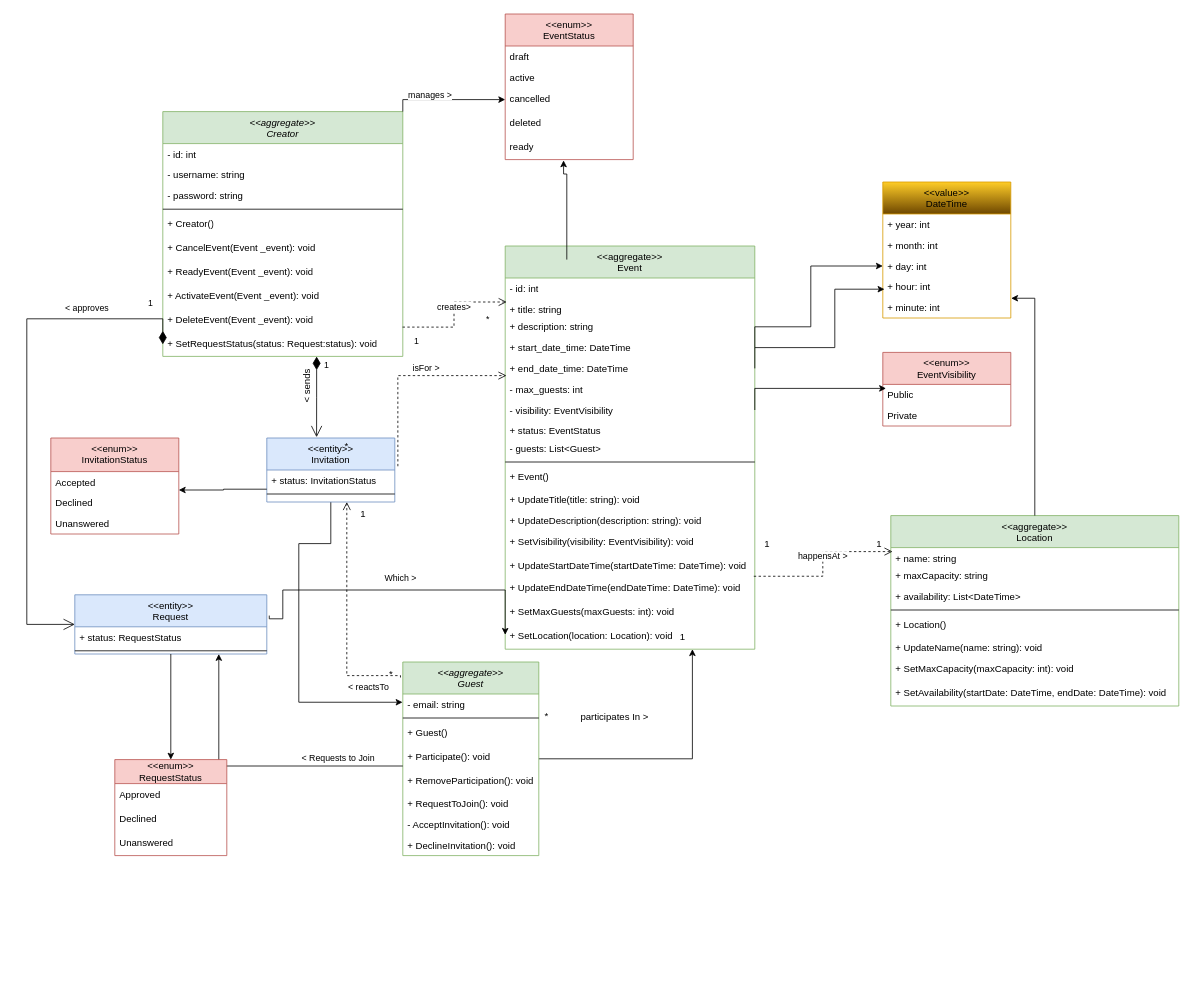
YoUnGi102/NBNP-DCA keeps this draw.io diagram as VIAEventAssociation/Documentation/Assignment2/concrete-domain-model.drawio. Above is the earlier version. Source tidied: cells renumbered, new cells numbered last; positions are measured from the earlier drawing's top-left corner, leaving out a move shared by most shapes. Both pictures are drawn from the tidied source at 80%, with x=0, y=0 at pixel (26, 14).
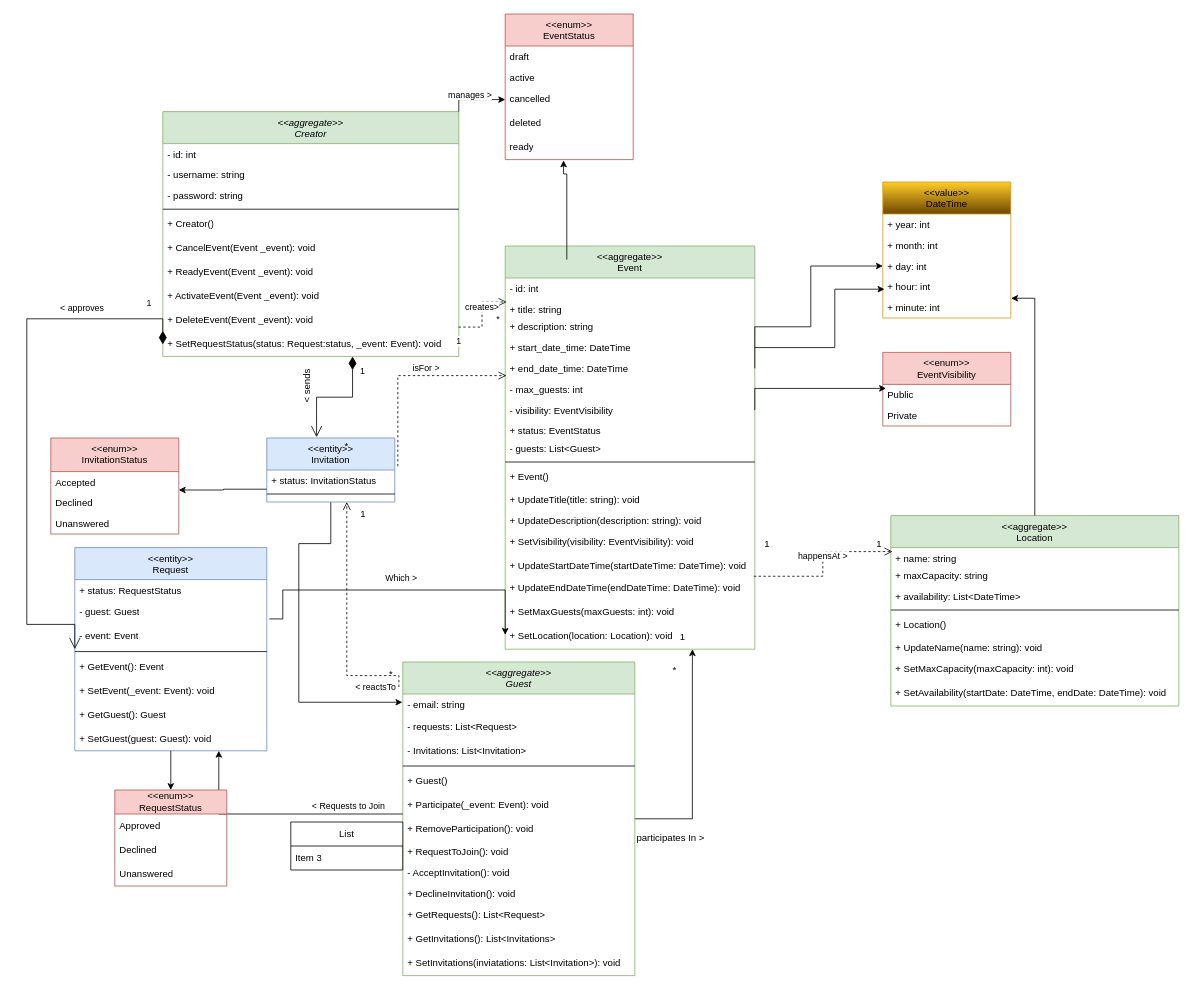
After the change.

Commit message (it also covers changes not shown here):
Tests for Guest.cs and updated domain model

Diff of the diagram source:
```diff
@@
     <mxCell id="2" value="&lt;&lt;aggregate&gt;&gt;&#10;Creator" style="swimlane;fontStyle=2;align=center;verticalAlign=top;horizontal=1;startSize=40;rounded=0;shadow=0;strokeWidth=1;fillColor=#d5e8d4;strokeColor=#82b366;" parent="1" vertex="1">
-      <mxGeometry x="170" y="122" width="300" height="306" as="geometry" />
+      <mxGeometry x="170" y="122" width="370" height="306" as="geometry" />
     </mxCell>
     <mxCell id="3" value="- id: int" style="text;strokeColor=none;fillColor=none;align=left;verticalAlign=top;spacingLeft=4;spacingRight=4;overflow=hidden;whiteSpace=wrap;html=1;" parent="2" vertex="1">
-      <mxGeometry y="40" width="300" height="26" as="geometry" />
+      <mxGeometry y="40" width="370" height="26" as="geometry" />
     </mxCell>
     <mxCell id="4" value="- username: string" style="text;strokeColor=none;fillColor=none;align=left;verticalAlign=top;spacingLeft=4;spacingRight=4;overflow=hidden;whiteSpace=wrap;html=1;" parent="2" vertex="1">
-      <mxGeometry y="66" width="300" height="26" as="geometry" />
+      <mxGeometry y="66" width="370" height="26" as="geometry" />
     </mxCell>
     <mxCell id="5" value="- password: string" style="text;strokeColor=none;fillColor=none;align=left;verticalAlign=top;spacingLeft=4;spacingRight=4;overflow=hidden;whiteSpace=wrap;html=1;" parent="2" vertex="1">
-      <mxGeometry y="92" width="300" height="26" as="geometry" />
+      <mxGeometry y="92" width="370" height="26" as="geometry" />
     </mxCell>
     <mxCell id="6" style="line;html=1;strokeWidth=1;align=left;verticalAlign=middle;spacingTop=-1;spacingLeft=3;spacingRight=3;labelPosition=right;" parent="2" vertex="1">
-      <mxGeometry y="118" width="300" height="8" as="geometry" />
+      <mxGeometry y="118" width="370" height="8" as="geometry" />
     </mxCell>
     <mxCell id="7" value="+ Creator()" style="text;strokeColor=none;fillColor=none;align=left;verticalAlign=middle;spacingLeft=4;spacingRight=4;overflow=hidden;whiteSpace=wrap;html=1;" parent="2" vertex="1">
-      <mxGeometry y="126" width="300" height="30" as="geometry" />
+      <mxGeometry y="126" width="370" height="30" as="geometry" />
     </mxCell>
     <mxCell id="8" value="+ CancelEvent(Event _event): void" style="text;strokeColor=none;fillColor=none;align=left;verticalAlign=middle;spacingLeft=4;spacingRight=4;overflow=hidden;whiteSpace=wrap;html=1;" parent="2" vertex="1">
-      <mxGeometry y="156" width="300" height="30" as="geometry" />
+      <mxGeometry y="156" width="370" height="30" as="geometry" />
     </mxCell>
     <mxCell id="9" value="+ ReadyEvent(Event _event): void" style="text;strokeColor=none;fillColor=none;align=left;verticalAlign=middle;spacingLeft=4;spacingRight=4;overflow=hidden;whiteSpace=wrap;html=1;" parent="2" vertex="1">
-      <mxGeometry y="186" width="300" height="30" as="geometry" />
+      <mxGeometry y="186" width="370" height="30" as="geometry" />
     </mxCell>
     <mxCell id="10" value="+ ActivateEvent(Event _event): void" style="text;strokeColor=none;fillColor=none;align=left;verticalAlign=middle;spacingLeft=4;spacingRight=4;overflow=hidden;whiteSpace=wrap;html=1;" parent="2" vertex="1">
-      <mxGeometry y="216" width="300" height="30" as="geometry" />
+      <mxGeometry y="216" width="370" height="30" as="geometry" />
     </mxCell>
     <mxCell id="11" value="+ DeleteEvent(Event _event): void" style="text;strokeColor=none;fillColor=none;align=left;verticalAlign=middle;spacingLeft=4;spacingRight=4;overflow=hidden;points=[[0,0.5],[1,0.5]];portConstraint=eastwest;whiteSpace=wrap;html=1;" parent="2" vertex="1">
-      <mxGeometry y="246" width="300" height="30" as="geometry" />
+      <mxGeometry y="246" width="370" height="30" as="geometry" />
     </mxCell>
-    <mxCell id="12" value="+ SetRequestStatus(status: Request:status): void" style="text;strokeColor=none;fillColor=none;align=left;verticalAlign=middle;spacingLeft=4;spacingRight=4;overflow=hidden;points=[[0,0.5],[1,0.5]];portConstraint=eastwest;whiteSpace=wrap;html=1;" parent="2" vertex="1">
-      <mxGeometry y="276" width="300" height="30" as="geometry" />
+    <mxCell id="12" value="+ SetRequestStatus(status: Request:status, _event: Event): void" style="text;strokeColor=none;fillColor=none;align=left;verticalAlign=middle;spacingLeft=4;spacingRight=4;overflow=hidden;points=[[0,0.5],[1,0.5]];portConstraint=eastwest;whiteSpace=wrap;html=1;" parent="2" vertex="1">
+      <mxGeometry y="276" width="370" height="30" as="geometry" />
     </mxCell>
@@
     <mxCell id="18" value="&lt;&lt;aggregate&gt;&gt;&#10;Guest" style="swimlane;fontStyle=2;align=center;verticalAlign=top;horizontal=1;startSize=40;rounded=0;shadow=0;strokeWidth=1;fillColor=#d5e8d4;strokeColor=#82b366;" parent="1" vertex="1">
-      <mxGeometry x="470" y="810" width="170" height="242" as="geometry" />
+      <mxGeometry x="470" y="810" width="290" height="392" as="geometry" />
     </mxCell>
     <mxCell id="19" value="- email: string" style="text;align=left;verticalAlign=top;spacingLeft=4;spacingRight=4;overflow=hidden;points=[[0,0.5],[1,0.5]];portConstraint=eastwest;" parent="18" vertex="1">
-      <mxGeometry y="40" width="170" height="26" as="geometry" />
+      <mxGeometry y="40" width="290" height="26" as="geometry" />
     </mxCell>
+    <mxCell id="112" value="- requests: List&amp;lt;Request&amp;gt;" style="text;strokeColor=none;fillColor=none;align=left;verticalAlign=middle;spacingLeft=4;spacingRight=4;overflow=hidden;whiteSpace=wrap;html=1;" parent="18" vertex="1">
+      <mxGeometry y="66" width="290" height="30" as="geometry" />
+    </mxCell>
+    <mxCell id="113" value="- Invitations: List&amp;lt;Invitation&amp;gt;" style="text;strokeColor=none;fillColor=none;align=left;verticalAlign=middle;spacingLeft=4;spacingRight=4;overflow=hidden;whiteSpace=wrap;html=1;" parent="18" vertex="1">
+      <mxGeometry y="96" width="290" height="30" as="geometry" />
+    </mxCell>
     <mxCell id="20" style="line;html=1;strokeWidth=1;align=left;verticalAlign=middle;spacingTop=-1;spacingLeft=3;spacingRight=3;labelPosition=right;" parent="18" vertex="1">
-      <mxGeometry y="66" width="170" height="8" as="geometry" />
+      <mxGeometry y="126" width="290" height="8" as="geometry" />
     </mxCell>
     <mxCell id="21" value="+ Guest()" style="text;strokeColor=none;fillColor=none;align=left;verticalAlign=middle;spacingLeft=4;spacingRight=4;overflow=hidden;whiteSpace=wrap;html=1;" parent="18" vertex="1">
-      <mxGeometry y="74" width="170" height="30" as="geometry" />
+      <mxGeometry y="134" width="290" height="30" as="geometry" />
     </mxCell>
-    <mxCell id="22" value="+ Participate(): void" style="text;strokeColor=none;fillColor=none;align=left;verticalAlign=middle;spacingLeft=4;spacingRight=4;overflow=hidden;points=[[0,0.5],[1,0.5]];portConstraint=eastwest;whiteSpace=wrap;html=1;" parent="18" vertex="1">
-      <mxGeometry y="104" width="170" height="30" as="geometry" />
+    <mxCell id="22" value="+ Participate(_event: Event): void" style="text;strokeColor=none;fillColor=none;align=left;verticalAlign=middle;spacingLeft=4;spacingRight=4;overflow=hidden;points=[[0,0.5],[1,0.5]];portConstraint=eastwest;whiteSpace=wrap;html=1;" parent="18" vertex="1">
+      <mxGeometry y="164" width="290" height="30" as="geometry" />
     </mxCell>
     <mxCell id="23" value="+ RemoveParticipation(): void" style="text;strokeColor=none;fillColor=none;align=left;verticalAlign=middle;spacingLeft=4;spacingRight=4;overflow=hidden;whiteSpace=wrap;html=1;" parent="18" vertex="1">
-      <mxGeometry y="134" width="170" height="30" as="geometry" />
+      <mxGeometry y="194" width="290" height="30" as="geometry" />
     </mxCell>
     <mxCell id="24" value="+ RequestToJoin(): void" style="text;strokeColor=none;fillColor=none;align=left;verticalAlign=top;spacingLeft=4;spacingRight=4;overflow=hidden;whiteSpace=wrap;html=1;" parent="18" vertex="1">
-      <mxGeometry y="164" width="170" height="26" as="geometry" />
+      <mxGeometry y="224" width="290" height="26" as="geometry" />
     </mxCell>
     <mxCell id="25" value="- AcceptInvitation(): void" style="text;align=left;verticalAlign=top;spacingLeft=4;spacingRight=4;overflow=hidden;rounded=0;shadow=0;html=0;" parent="18" vertex="1">
-      <mxGeometry y="190" width="170" height="26" as="geometry" />
+      <mxGeometry y="250" width="290" height="26" as="geometry" />
     </mxCell>
     <mxCell id="26" value="+ DeclineInvitation(): void&#10;" style="text;align=left;verticalAlign=top;spacingLeft=4;spacingRight=4;overflow=hidden;rounded=0;shadow=0;html=0;" parent="18" vertex="1">
-      <mxGeometry y="216" width="170" height="26" as="geometry" />
+      <mxGeometry y="276" width="290" height="26" as="geometry" />
     </mxCell>
+    <mxCell id="114" value="+ GetRequests(): List&amp;lt;Request&amp;gt;" style="text;strokeColor=none;fillColor=none;align=left;verticalAlign=middle;spacingLeft=4;spacingRight=4;overflow=hidden;whiteSpace=wrap;html=1;" parent="18" vertex="1">
+      <mxGeometry y="302" width="290" height="30" as="geometry" />
+    </mxCell>
+    <mxCell id="115" value="+ GetInvitations(): List&amp;lt;Invitations&amp;gt;" style="text;strokeColor=none;fillColor=none;align=left;verticalAlign=middle;spacingLeft=4;spacingRight=4;overflow=hidden;whiteSpace=wrap;html=1;" parent="18" vertex="1">
+      <mxGeometry y="332" width="290" height="30" as="geometry" />
+    </mxCell>
+    <mxCell id="116" value="+ SetInvitations(inviatations: List&amp;lt;Invitation&amp;gt;): void" style="text;strokeColor=none;fillColor=none;align=left;verticalAlign=middle;spacingLeft=4;spacingRight=4;overflow=hidden;whiteSpace=wrap;html=1;" parent="18" vertex="1">
+      <mxGeometry y="362" width="290" height="30" as="geometry" />
+    </mxCell>
@@
     <mxCell id="47" value="*" style="text;html=1;align=center;verticalAlign=middle;whiteSpace=wrap;rounded=0;" parent="1" vertex="1">
-      <mxGeometry x="640" y="868" width="20" height="20" as="geometry" />
+      <mxGeometry x="800" y="810" width="20" height="20" as="geometry" />
     </mxCell>
@@
     <mxCell id="66" value="participates In &amp;gt;" style="text;html=1;align=center;verticalAlign=middle;whiteSpace=wrap;rounded=0;" parent="1" vertex="1">
-      <mxGeometry x="690" y="870" width="90" height="18" as="geometry" />
+      <mxGeometry x="760" y="1021" width="90" height="18" as="geometry" />
     </mxCell>
@@
     <mxCell id="84" value="&lt;&lt;entity&gt;&gt;&#10;Request" style="swimlane;fontStyle=0;align=center;verticalAlign=top;horizontal=1;startSize=40;rounded=0;shadow=0;strokeWidth=1;fillColor=#dae8fc;strokeColor=#6c8ebf;" parent="1" vertex="1">
-      <mxGeometry x="60" y="726" width="240" height="74" as="geometry" />
+      <mxGeometry x="60" y="667" width="240" height="254" as="geometry" />
     </mxCell>
@@
+    <mxCell id="117" value="- guest: Guest" style="text;strokeColor=none;fillColor=none;align=left;verticalAlign=middle;spacingLeft=4;spacingRight=4;overflow=hidden;whiteSpace=wrap;html=1;" parent="84" vertex="1">
+      <mxGeometry y="66" width="240" height="30" as="geometry" />
+    </mxCell>
+    <mxCell id="118" value="- event: Event" style="text;strokeColor=none;fillColor=none;align=left;verticalAlign=middle;spacingLeft=4;spacingRight=4;overflow=hidden;whiteSpace=wrap;html=1;" parent="84" vertex="1">
+      <mxGeometry y="96" width="240" height="30" as="geometry" />
+    </mxCell>
     <mxCell id="86" style="line;html=1;strokeWidth=1;align=left;verticalAlign=middle;spacingTop=-1;spacingLeft=3;spacingRight=3;labelPosition=right;" parent="84" vertex="1">
-      <mxGeometry y="66" width="240" height="8" as="geometry" />
+      <mxGeometry y="126" width="240" height="8" as="geometry" />
     </mxCell>
+    <mxCell id="119" value="+ GetEvent(): Event" style="text;strokeColor=none;fillColor=none;align=left;verticalAlign=middle;spacingLeft=4;spacingRight=4;overflow=hidden;whiteSpace=wrap;html=1;" parent="84" vertex="1">
+      <mxGeometry y="134" width="240" height="30" as="geometry" />
+    </mxCell>
+    <mxCell id="120" value="+ SetEvent(_event: Event): void" style="text;strokeColor=none;fillColor=none;align=left;verticalAlign=middle;spacingLeft=4;spacingRight=4;overflow=hidden;whiteSpace=wrap;html=1;" parent="84" vertex="1">
+      <mxGeometry y="164" width="240" height="30" as="geometry" />
+    </mxCell>
+    <mxCell id="121" value="+ GetGuest(): Guest" style="text;strokeColor=none;fillColor=none;align=left;verticalAlign=middle;spacingLeft=4;spacingRight=4;overflow=hidden;whiteSpace=wrap;html=1;" parent="84" vertex="1">
+      <mxGeometry y="194" width="240" height="30" as="geometry" />
+    </mxCell>
+    <mxCell id="122" value="+ SetGuest(guest: Guest): void" style="text;strokeColor=none;fillColor=none;align=left;verticalAlign=middle;spacingLeft=4;spacingRight=4;overflow=hidden;whiteSpace=wrap;html=1;" parent="84" vertex="1">
+      <mxGeometry y="224" width="240" height="30" as="geometry" />
+    </mxCell>
@@
     <mxCell id="91" value="&amp;lt;&amp;lt;enum&amp;gt;&amp;gt;&lt;br&gt;RequestStatus" style="swimlane;fontStyle=0;horizontal=1;startSize=30;whiteSpace=wrap;html=1;fillColor=#f8cecc;strokeColor=#b85450;" parent="1" vertex="1">
-      <mxGeometry x="110" y="932" width="140" height="120" as="geometry" />
+      <mxGeometry x="110" y="970" width="140" height="120" as="geometry" />
     </mxCell>
@@
+    <mxCell id="123" value="List" style="swimlane;fontStyle=0;horizontal=1;startSize=30;whiteSpace=wrap;html=1;" parent="1" vertex="1">
+      <mxGeometry x="330" y="1010" width="140" height="60" as="geometry" />
+    </mxCell>
+    <mxCell id="124" value="Item 3" style="text;strokeColor=none;fillColor=none;align=left;verticalAlign=middle;spacingLeft=4;spacingRight=4;overflow=hidden;whiteSpace=wrap;html=1;" parent="123" vertex="1">
+      <mxGeometry y="30" width="140" height="30" as="geometry" />
+    </mxCell>
```
